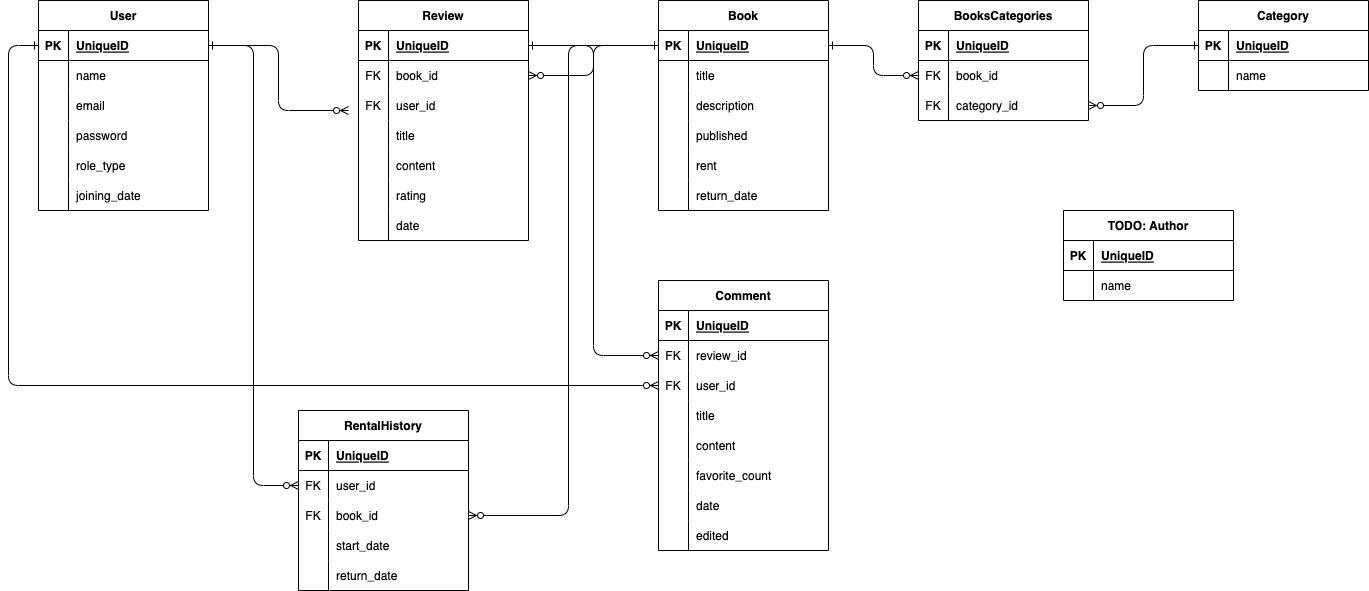
Earlier version of the draw.io export docs/er.drawio.png (kiyotakeshi/library-ruby). Source tidied: cells renumbered, new cells last; positions are measured from the earlier drawing's top-left corner, leaving out a move shared by most shapes.
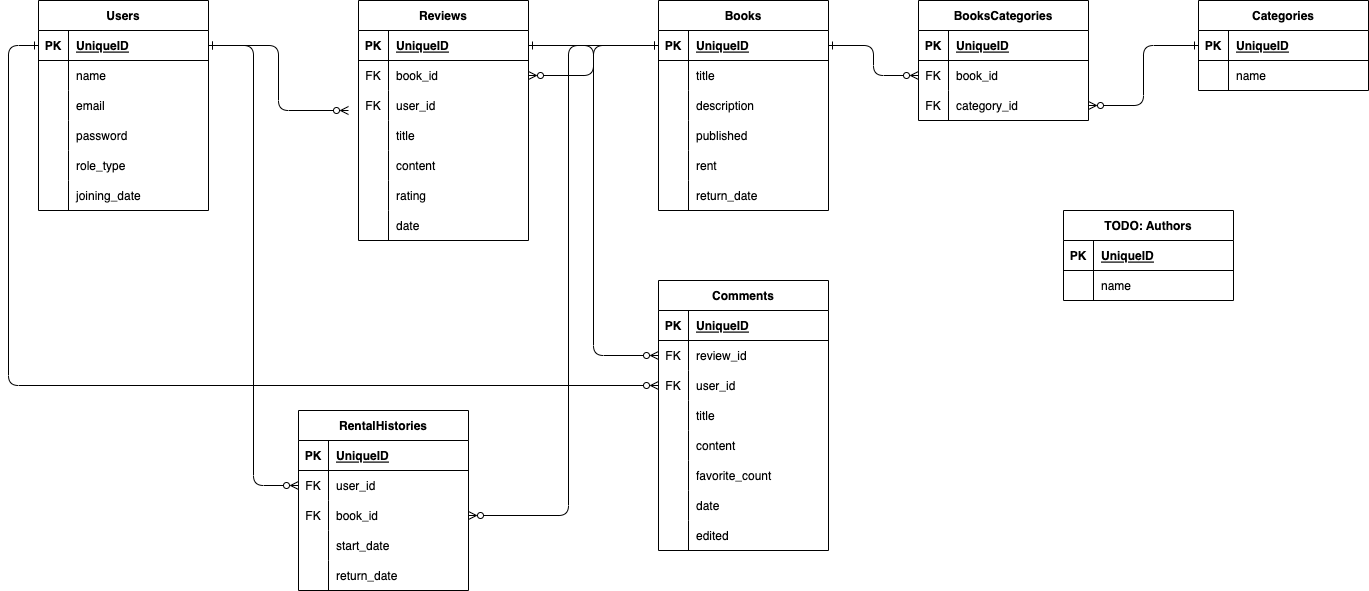
The same diagram one commit later.

Change to the diagram source:
```diff
@@ -2,7 +2,7 @@
   <root>
     <mxCell id="0" />
     <mxCell id="1" parent="0" />
-    <mxCell id="2" value="User" style="shape=table;startSize=30;rowLines=0;fontStyle=1;align=center;" parent="1" vertex="1">
+    <mxCell id="2" value="Users" style="shape=table;startSize=30;rowLines=0;fontStyle=1;align=center;" parent="1" vertex="1">
       <mxGeometry x="30" width="170" height="210" as="geometry" />
     </mxCell>
     <mxCell id="3" style="shape=partialRectangle;fillColor=none;top=0;left=0;bottom=1;right=0;points=[[0,0.5],[1,0.5]];portConstraint=eastwest;" parent="2" vertex="1">
@@ -59,7 +59,7 @@
     <mxCell id="20" value="joining_date" style="shape=partialRectangle;fillColor=none;top=0;left=0;bottom=0;right=0;align=left;spacingLeft=6;overflow=hidden;" parent="18" vertex="1">
       <mxGeometry x="30" width="140" height="30" as="geometry" />
     </mxCell>
-    <mxCell id="21" value="Book" style="shape=table;startSize=30;rowLines=0;fontStyle=1;align=center;" parent="1" vertex="1">
+    <mxCell id="21" value="Books" style="shape=table;startSize=30;rowLines=0;fontStyle=1;align=center;" parent="1" vertex="1">
       <mxGeometry x="650" width="170" height="210" as="geometry" />
     </mxCell>
     <mxCell id="22" style="shape=partialRectangle;fillColor=none;top=0;left=0;bottom=1;right=0;points=[[0,0.5],[1,0.5]];portConstraint=eastwest;" parent="21" vertex="1">
@@ -116,7 +116,7 @@
     <mxCell id="39" value="return_date" style="shape=partialRectangle;fillColor=none;top=0;left=0;bottom=0;right=0;align=left;spacingLeft=6;overflow=hidden;" parent="37" vertex="1">
       <mxGeometry x="30" width="140" height="30" as="geometry" />
     </mxCell>
-    <mxCell id="40" value="Review" style="shape=table;startSize=30;rowLines=0;fontStyle=1;align=center;" parent="1" vertex="1">
+    <mxCell id="40" value="Reviews" style="shape=table;startSize=30;rowLines=0;fontStyle=1;align=center;" parent="1" vertex="1">
       <mxGeometry x="350" width="170" height="240" as="geometry" />
     </mxCell>
     <mxCell id="41" style="shape=partialRectangle;fillColor=none;top=0;left=0;bottom=1;right=0;points=[[0,0.5],[1,0.5]];portConstraint=eastwest;" parent="40" vertex="1">
@@ -182,7 +182,7 @@
     <mxCell id="61" value="date" style="shape=partialRectangle;fillColor=none;top=0;left=0;bottom=0;right=0;align=left;spacingLeft=6;overflow=hidden;" parent="59" vertex="1">
       <mxGeometry x="30" width="140" height="30" as="geometry" />
     </mxCell>
-    <mxCell id="62" value="Category" style="shape=table;startSize=30;rowLines=0;fontStyle=1;align=center;" parent="1" vertex="1">
+    <mxCell id="62" value="Categories" style="shape=table;startSize=30;rowLines=0;fontStyle=1;align=center;" parent="1" vertex="1">
       <mxGeometry x="1190" width="170" height="90" as="geometry" />
     </mxCell>
     <mxCell id="63" style="shape=partialRectangle;fillColor=none;top=0;left=0;bottom=1;right=0;points=[[0,0.5],[1,0.5]];portConstraint=eastwest;" parent="62" vertex="1">
@@ -245,7 +245,7 @@
     <mxCell id="80" style="edgeStyle=orthogonalEdgeStyle;html=1;exitX=1;exitY=0.5;exitDx=0;exitDy=0;entryX=0;entryY=0.5;entryDx=0;entryDy=0;startArrow=ERzeroToMany;startFill=0;endArrow=ERone;endFill=0;" parent="1" edge="1" source="44" target="22">
       <mxGeometry relative="1" as="geometry" />
     </mxCell>
-    <mxCell id="81" value="Comment" style="shape=table;startSize=30;rowLines=0;fontStyle=1;align=center;" parent="1" vertex="1">
+    <mxCell id="81" value="Comments" style="shape=table;startSize=30;rowLines=0;fontStyle=1;align=center;" parent="1" vertex="1">
       <mxGeometry x="650" y="280" width="170" height="270" as="geometry" />
     </mxCell>
     <mxCell id="82" style="shape=partialRectangle;fillColor=none;top=0;left=0;bottom=1;right=0;" parent="81" vertex="1">
@@ -337,7 +337,7 @@
     <mxCell id="109" style="edgeStyle=orthogonalEdgeStyle;html=1;exitX=1;exitY=0.5;exitDx=0;exitDy=0;entryX=0;entryY=0.5;entryDx=0;entryDy=0;startArrow=ERzeroToMany;startFill=0;endArrow=ERone;endFill=0;" parent="1" edge="1" source="76" target="63">
       <mxGeometry relative="1" as="geometry" />
     </mxCell>
-    <mxCell id="110" value="TODO: Author" style="shape=table;startSize=30;rowLines=0;fontStyle=1;align=center;" parent="1" vertex="1">
+    <mxCell id="110" value="TODO: Authors" style="shape=table;startSize=30;rowLines=0;fontStyle=1;align=center;" parent="1" vertex="1">
       <mxGeometry x="1055" y="210" width="170" height="90" as="geometry" />
     </mxCell>
     <mxCell id="111" style="shape=partialRectangle;fillColor=none;top=0;left=0;bottom=1;right=0;" parent="110" vertex="1">
@@ -366,7 +366,7 @@
         </Array>
       </mxGeometry>
     </mxCell>
-    <mxCell id="118" value="RentalHistory" style="shape=table;startSize=30;rowLines=0;fontStyle=1;align=center;" parent="1" vertex="1">
+    <mxCell id="118" value="RentalHistories" style="shape=table;startSize=30;rowLines=0;fontStyle=1;align=center;" parent="1" vertex="1">
       <mxGeometry x="290" y="410" width="170" height="180" as="geometry" />
     </mxCell>
     <mxCell id="119" style="shape=partialRectangle;fillColor=none;top=0;left=0;bottom=1;right=0;" parent="118" vertex="1">
```
